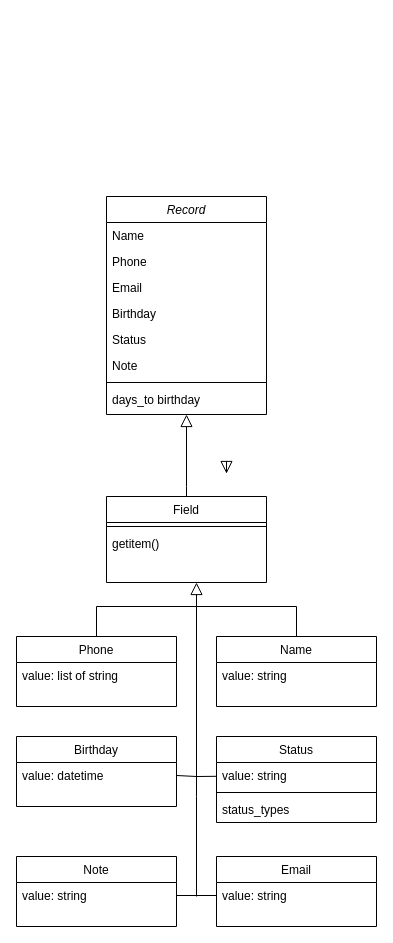
Before: Диаграмма без названия.drawio in KarinaNester/GoIT_homework_, a draw.io diagram. Source tidied: cells renumbered, new cells numbered last; positions are measured from the earlier drawing's top-left corner, leaving out a move shared by most shapes. Both pictures are drawn from the tidied source at 100%, with x=0, y=0 at pixel (16, 196).
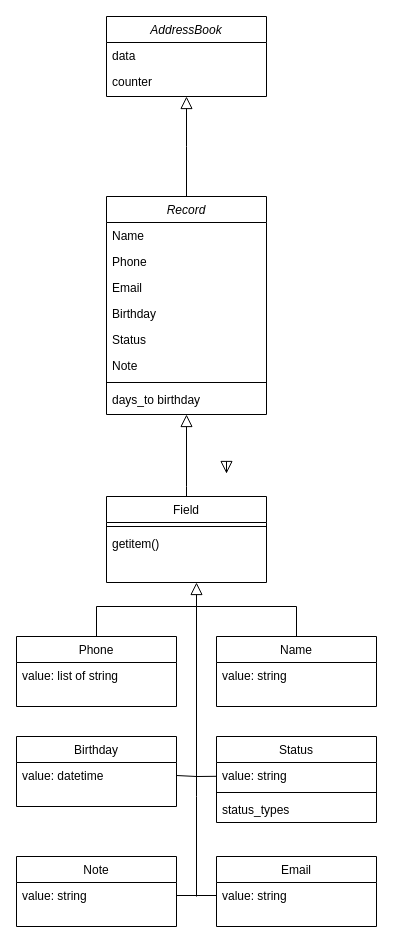
The same page after the edit.

What changed in the source:
```diff
@@
+    <mxCell id="35" style="endArrow=block;endSize=10;endFill=0;shadow=0;strokeWidth=1;rounded=0;edgeStyle=elbowEdgeStyle;elbow=vertical;" parent="1" edge="1">
+      <mxGeometry relative="1" as="geometry">
+        <mxPoint x="170" as="sourcePoint" />
+        <mxPoint x="170" y="-100" as="targetPoint" />
+      </mxGeometry>
+    </mxCell>
+    <mxCell id="36" value="AddressBook" style="swimlane;fontStyle=2;align=center;verticalAlign=top;horizontal=1;startSize=26;rounded=0;shadow=0;strokeWidth=1;" parent="1" vertex="1">
+      <mxGeometry x="90" y="-180" width="160" height="80" as="geometry" />
+    </mxCell>
+    <mxCell id="37" value="data" style="text;align=left;verticalAlign=top;spacingLeft=4;spacingRight=4;overflow=hidden;" parent="36" vertex="1">
+      <mxGeometry y="26" width="160" height="26" as="geometry" />
+    </mxCell>
+    <mxCell id="38" value="counter" style="text;align=left;verticalAlign=top;spacingLeft=4;spacingRight=4;overflow=hidden;rounded=0;shadow=0;html=0;" parent="36" vertex="1">
+      <mxGeometry y="52" width="160" height="26" as="geometry" />
+    </mxCell>
```
